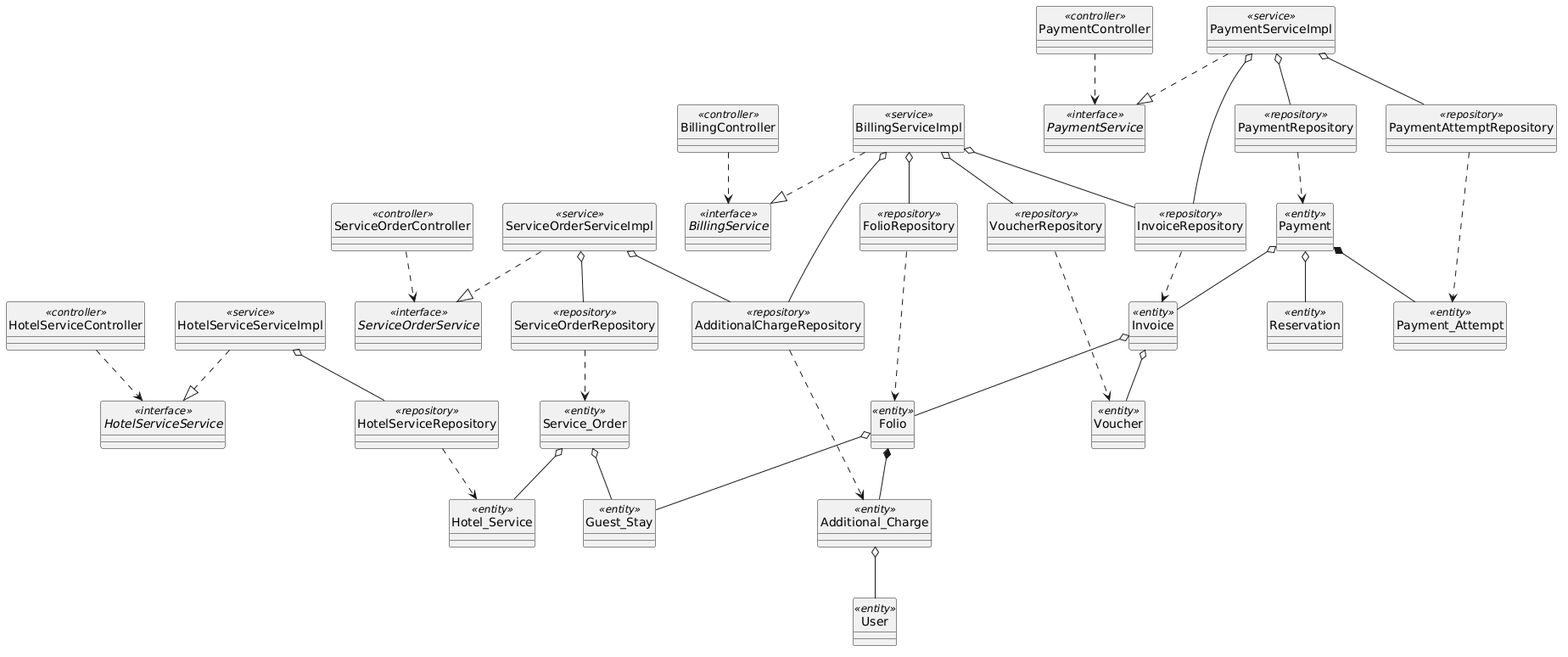
The PlantUML diagram docs/Class + Sequence/class_backend_45_billing.png in hieupeek/sba_doc, before a commit.
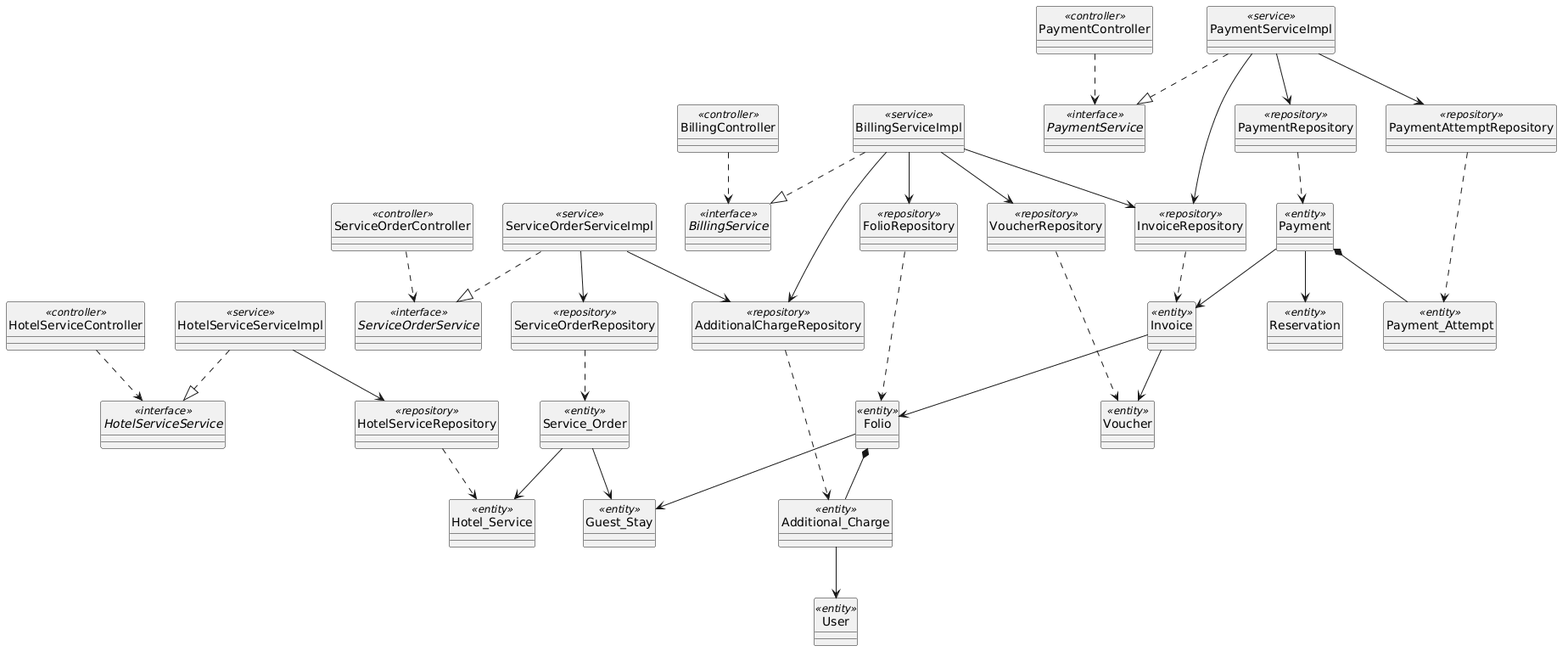
The same diagram one commit later.

Diff of the diagram source:
```diff
@@ -56,25 +56,26 @@
 PaymentAttemptRepository ..> Payment_Attempt
 VoucherRepository ..> Voucher
 
-HotelServiceServiceImpl o-- HotelServiceRepository
-ServiceOrderServiceImpl o-- ServiceOrderRepository
-ServiceOrderServiceImpl o-- AdditionalChargeRepository
-BillingServiceImpl o-- FolioRepository
-BillingServiceImpl o-- AdditionalChargeRepository
-BillingServiceImpl o-- InvoiceRepository
-BillingServiceImpl o-- VoucherRepository
-PaymentServiceImpl o-- PaymentRepository
-PaymentServiceImpl o-- InvoiceRepository
-PaymentServiceImpl o-- PaymentAttemptRepository
-Service_Order o-- Hotel_Service
-Service_Order o-- Guest_Stay
-Folio o-- Guest_Stay
-Additional_Charge o-- User
-Invoice o-- Folio
-Invoice o-- Voucher
-Payment o-- Invoice
-Payment o-- Reservation
+HotelServiceServiceImpl --> HotelServiceRepository
+ServiceOrderServiceImpl --> ServiceOrderRepository
+ServiceOrderServiceImpl --> AdditionalChargeRepository
+BillingServiceImpl --> FolioRepository
+BillingServiceImpl --> AdditionalChargeRepository
+BillingServiceImpl --> InvoiceRepository
+BillingServiceImpl --> VoucherRepository
+PaymentServiceImpl --> PaymentRepository
+PaymentServiceImpl --> InvoiceRepository
+PaymentServiceImpl --> PaymentAttemptRepository
+Service_Order --> Hotel_Service
+Service_Order --> Guest_Stay
+Folio --> Guest_Stay
+Additional_Charge --> User
+Invoice --> Folio
+Invoice --> Voucher
+Payment --> Invoice
+Payment --> Reservation
 
 Folio *-- Additional_Charge
 Payment *-- Payment_Attempt
+
 @enduml
```
